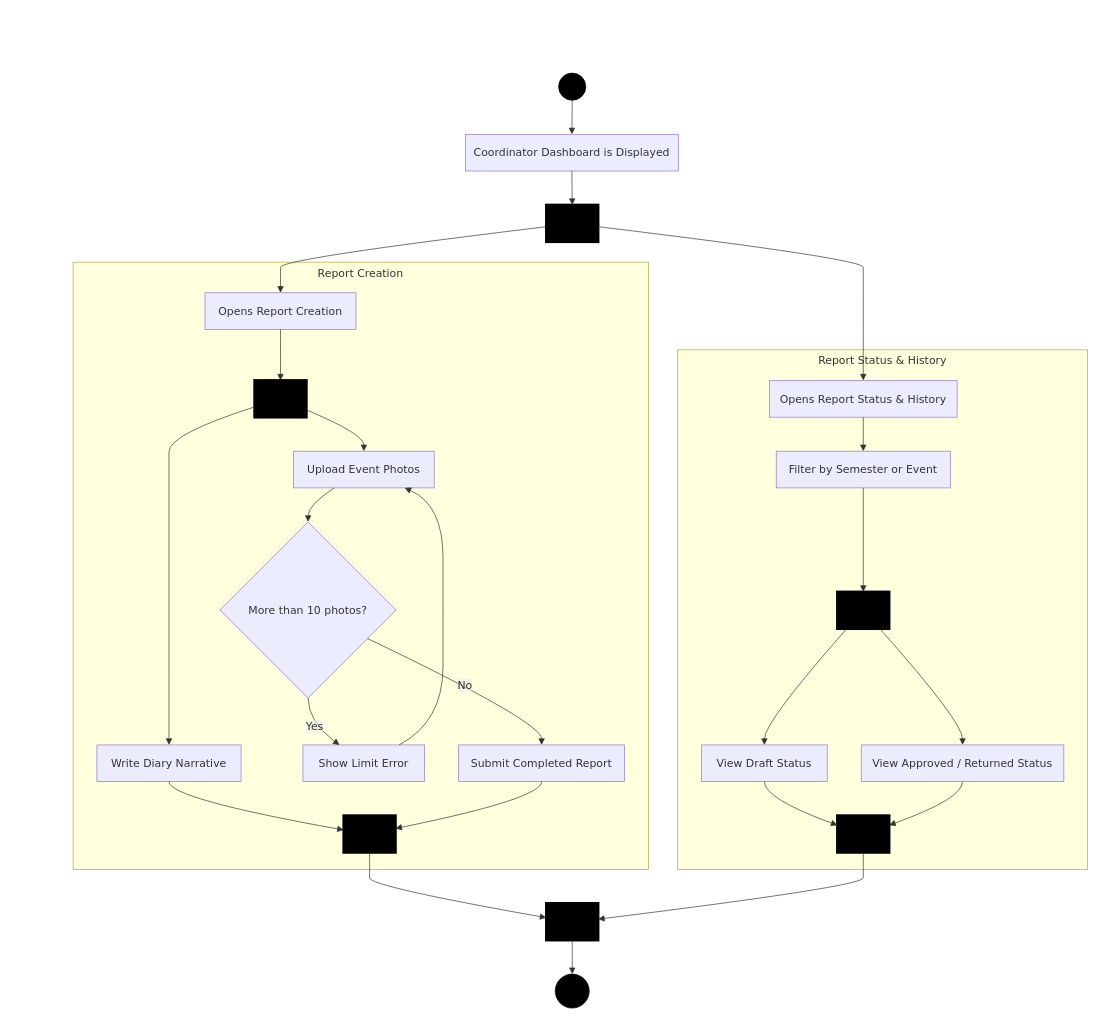
Before: drawio/activity_coordinator_workflows.drawio in BenidictJustin/DESKTOP-APP, a draw.io diagram. Source tidied: cells renumbered, new cells numbered last; positions are measured from the earlier drawing's top-left corner, leaving out a move shared by most shapes. Both pictures are drawn from the tidied source at 68%, with x=0, y=0 at pixel (12, 12).
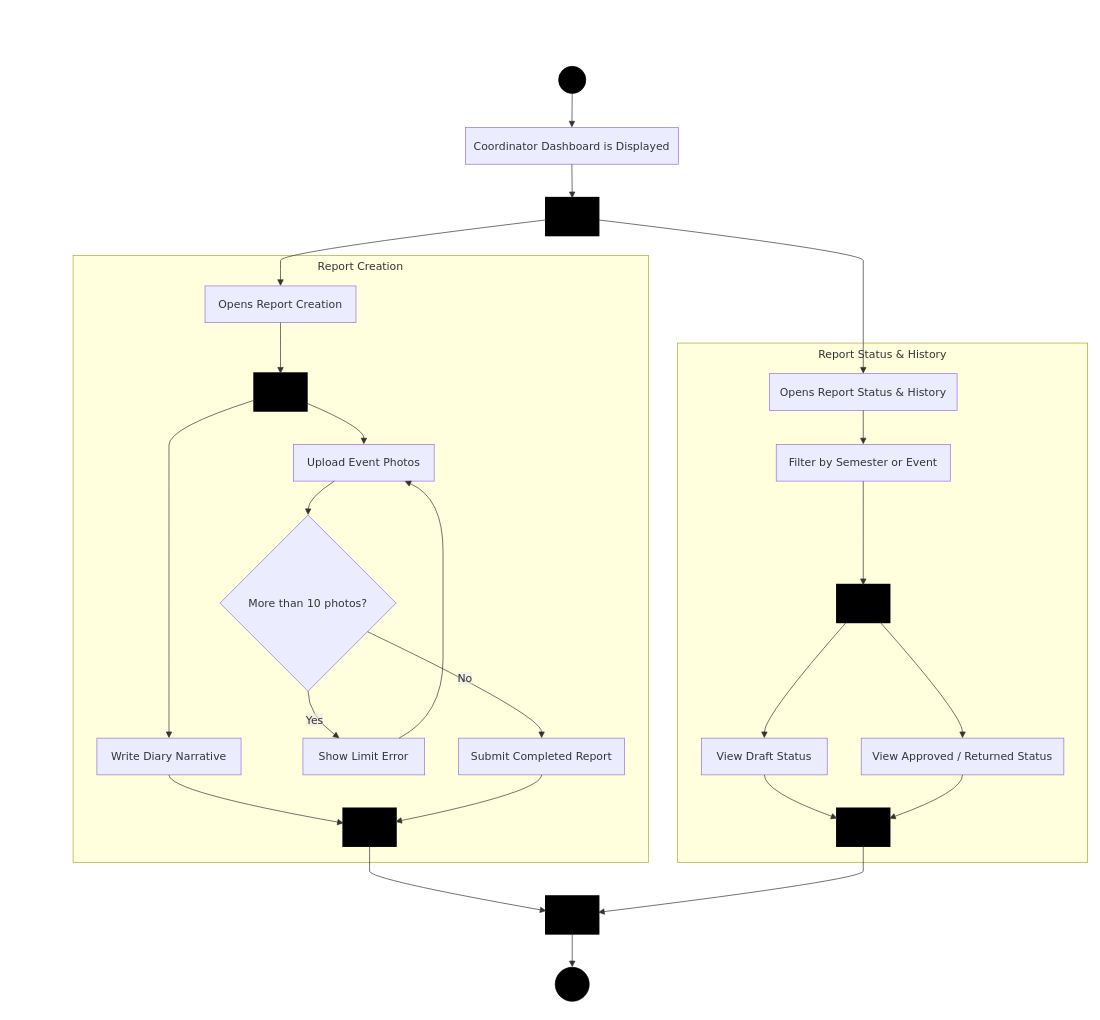
Above is the later version.

The change refers to these unchanged cells:
```xml
<mxCell id="4" value="Opens Report Creation" style="html=1;whiteSpace=wrap;strokeWidth=1;fillColor=light-dark(#ECECFF,#1f2020);strokeColor=light-dark(#9370DB,#cccccc);fontColor=light-dark(#333333,#cccccc);fontFamily=Trebuchet MS,Verdana,Arial,sans-serif;fontSize=16;" parent="3" vertex="1">
  <mxGeometry x="194" y="45" width="222" height="54" as="geometry" />
</mxCell>
<mxCell id="11" style="html=1;whiteSpace=wrap;strokeWidth=4;fillColor=#000;strokeColor=default;fontColor=light-dark(#333333,#cccccc);fontFamily=Trebuchet MS,Verdana,Arial,sans-serif;fontSize=16;" parent="3" vertex="1">
  <mxGeometry x="398" y="814" width="76" height="54" as="geometry" />
</mxCell>
<mxCell id="22" value="Opens Report Status &amp; History" style="html=1;whiteSpace=wrap;strokeWidth=1;fillColor=light-dark(#ECECFF,#1f2020);strokeColor=light-dark(#9370DB,#cccccc);fontColor=light-dark(#333333,#cccccc);fontFamily=Trebuchet MS,Verdana,Arial,sans-serif;fontSize=16;" parent="21" vertex="1">
  <mxGeometry x="135" y="45" width="276" height="54" as="geometry" />
</mxCell>
<mxCell id="27" style="html=1;whiteSpace=wrap;strokeWidth=4;fillColor=#000;strokeColor=default;fontColor=light-dark(#333333,#cccccc);fontFamily=Trebuchet MS,Verdana,Arial,sans-serif;fontSize=16;" parent="21" vertex="1">
  <mxGeometry x="235" y="685" width="76" height="54" as="geometry" />
</mxCell>
```

What changed in the source:
```diff
@@
-    <mxCell id="2" style="group;transparentBounds=1;editIcon=1;lockedGroup=0;groupPadding=20;" parent="1" vertex="1">
-      <mxGeometry as="geometry" />
-    </mxCell>
+    <mxCell id="46" style="group;transparentBounds=1;editIcon=1;lockedGroup=0;groupPadding=10;" parent="1" vertex="1">
+      <mxGeometry as="geometry" />
+    </mxCell>
-    <mxCell id="3" value="Report Creation" style="html=1;whiteSpace=wrap;strokeWidth=1;verticalAlign=top;fillColor=light-dark(#ffffde,#1f2020);strokeColor=light-dark(#aaaa33,#cccccc);fontColor=light-dark(#333333,#cccccc);fontFamily=Trebuchet MS,Verdana,Arial,sans-serif;fontSize=16;" parent="2" vertex="1">
-      <mxGeometry x="90" y="368" width="846" height="893" as="geometry" />
+    <mxCell id="3" value="Report Creation" style="html=1;whiteSpace=wrap;strokeWidth=1;verticalAlign=top;fillColor=light-dark(#ffffde,#1f2020);strokeColor=light-dark(#aaaa33,#cccccc);fontColor=light-dark(#333333,#cccccc);fontFamily=Trebuchet MS,Verdana,Arial,sans-serif;fontSize=16;" parent="46" vertex="1">
+      <mxGeometry x="90" y="358" width="846" height="893" as="geometry" />
     </mxCell>
@@
-    <mxCell id="21" value="Report Status &amp; History" style="html=1;whiteSpace=wrap;strokeWidth=1;verticalAlign=top;fillColor=light-dark(#ffffde,#1f2020);strokeColor=light-dark(#aaaa33,#cccccc);fontColor=light-dark(#333333,#cccccc);fontFamily=Trebuchet MS,Verdana,Arial,sans-serif;fontSize=16;" parent="2" vertex="1">
-      <mxGeometry x="979" y="497" width="603" height="764" as="geometry" />
+    <mxCell id="21" value="Report Status &amp; History" style="html=1;whiteSpace=wrap;strokeWidth=1;verticalAlign=top;fillColor=light-dark(#ffffde,#1f2020);strokeColor=light-dark(#aaaa33,#cccccc);fontColor=light-dark(#333333,#cccccc);fontFamily=Trebuchet MS,Verdana,Arial,sans-serif;fontSize=16;" parent="46" vertex="1">
+      <mxGeometry x="979" y="487" width="603" height="764" as="geometry" />
     </mxCell>
@@
-    <mxCell id="34" style="ellipse;html=1;strokeWidth=1;whiteSpace=wrap;fillColor=#000;strokeColor=default;fontColor=light-dark(#333333,#cccccc);fontFamily=Trebuchet MS,Verdana,Arial,sans-serif;fontSize=16;" parent="2" vertex="1">
-      <mxGeometry x="804" y="90" width="40" height="40" as="geometry" />
-    </mxCell>
+    <mxCell id="47" style="ellipse;html=1;strokeWidth=1;whiteSpace=wrap;fillColor=#000;strokeColor=default;fontColor=light-dark(#333333,#cccccc);fontFamily=Trebuchet MS,Verdana,Arial,sans-serif;fontSize=16;" parent="46" vertex="1">
+      <mxGeometry x="804" y="80" width="40" height="40" as="geometry" />
+    </mxCell>
-    <mxCell id="35" value="Coordinator Dashboard is Displayed" style="html=1;whiteSpace=wrap;strokeWidth=1;fillColor=light-dark(#ECECFF,#1f2020);strokeColor=light-dark(#9370DB,#cccccc);fontColor=light-dark(#333333,#cccccc);fontFamily=Trebuchet MS,Verdana,Arial,sans-serif;fontSize=16;" parent="2" vertex="1">
-      <mxGeometry x="667" y="180" width="313" height="54" as="geometry" />
+    <mxCell id="35" value="Coordinator Dashboard is Displayed" style="html=1;whiteSpace=wrap;strokeWidth=1;fillColor=light-dark(#ECECFF,#1f2020);strokeColor=light-dark(#9370DB,#cccccc);fontColor=light-dark(#333333,#cccccc);fontFamily=Trebuchet MS,Verdana,Arial,sans-serif;fontSize=16;" parent="46" vertex="1">
+      <mxGeometry x="667" y="170" width="313" height="54" as="geometry" />
     </mxCell>
-    <mxCell id="36" style="html=1;whiteSpace=wrap;strokeWidth=4;fillColor=#000;strokeColor=default;fontColor=light-dark(#333333,#cccccc);fontFamily=Trebuchet MS,Verdana,Arial,sans-serif;fontSize=16;" parent="2" vertex="1">
-      <mxGeometry x="786" y="284" width="76" height="54" as="geometry" />
-    </mxCell>
-    <mxCell id="37" style="html=1;whiteSpace=wrap;strokeWidth=4;fillColor=#000;strokeColor=default;fontColor=light-dark(#333333,#cccccc);fontFamily=Trebuchet MS,Verdana,Arial,sans-serif;fontSize=16;" parent="2" vertex="1">
-      <mxGeometry x="786" y="1311" width="76" height="54" as="geometry" />
-    </mxCell>
-    <mxCell id="38" style="ellipse;html=1;shape=doubleEllipse;strokeWidth=1;whiteSpace=wrap;fillColor=#000;strokeColor=default;fontColor=light-dark(#333333,#cccccc);fontFamily=Trebuchet MS,Verdana,Arial,sans-serif;fontSize=16;" parent="2" vertex="1">
-      <mxGeometry x="799" y="1415" width="50" height="50" as="geometry" />
-    </mxCell>
-    <mxCell id="39" style="curved=1;startArrow=none;endArrow=block;endSize=7;strokeColor=light-dark(#333333,#cccccc);exitX=0.5;exitY=1;entryX=0.5;entryY=0;rounded=0;fontSize=12;" parent="2" edge="1" source="34" target="35">
-      <mxGeometry relative="1" as="geometry" />
-    </mxCell>
-    <mxCell id="40" style="curved=1;startArrow=none;endArrow=block;endSize=7;strokeColor=light-dark(#333333,#cccccc);exitX=0.5;exitY=1;entryX=0.5;entryY=0;rounded=0;fontSize=12;" parent="2" edge="1" source="35" target="36">
-      <mxGeometry relative="1" as="geometry" />
-    </mxCell>
-    <mxCell id="41" style="curved=1;startArrow=none;endArrow=block;endSize=7;strokeColor=light-dark(#333333,#cccccc);exitX=0;exitY=0.59;entryX=0.5;entryY=0;rounded=0;fontSize=12;" parent="2" edge="1" source="36" target="4">
-      <mxGeometry relative="1" as="geometry">
-        <Array as="points">
-          <mxPoint x="395" y="363" />
-          <mxPoint x="395" y="388" />
-        </Array>
-      </mxGeometry>
-    </mxCell>
-    <mxCell id="42" style="curved=1;startArrow=none;endArrow=block;endSize=7;strokeColor=light-dark(#333333,#cccccc);exitX=1;exitY=0.59;entryX=0.5;entryY=0;rounded=0;fontSize=12;" parent="2" edge="1" source="36" target="22">
-      <mxGeometry relative="1" as="geometry">
-        <Array as="points">
-          <mxPoint x="1252" y="363" />
-          <mxPoint x="1252" y="388" />
-          <mxPoint x="1252" y="440" />
-          <mxPoint x="1252" y="492" />
-          <mxPoint x="1252" y="517" />
-        </Array>
-      </mxGeometry>
-    </mxCell>
-    <mxCell id="43" style="curved=1;startArrow=none;endArrow=block;endSize=7;strokeColor=light-dark(#333333,#cccccc);exitX=0.5;exitY=1;entryX=0;entryY=0.39;rounded=0;fontSize=12;" parent="2" edge="1" source="11" target="37">
-      <mxGeometry relative="1" as="geometry">
-        <Array as="points">
-          <mxPoint x="526" y="1261" />
-          <mxPoint x="526" y="1286" />
-        </Array>
-      </mxGeometry>
-    </mxCell>
-    <mxCell id="44" style="curved=1;startArrow=none;endArrow=block;endSize=7;strokeColor=light-dark(#333333,#cccccc);exitX=0.5;exitY=1;entryX=1;entryY=0.43;rounded=0;fontSize=12;" parent="2" edge="1" source="27" target="37">
-      <mxGeometry relative="1" as="geometry">
-        <Array as="points">
-          <mxPoint x="1252" y="1261" />
-          <mxPoint x="1252" y="1286" />
-        </Array>
-      </mxGeometry>
-    </mxCell>
-    <mxCell id="45" style="curved=1;startArrow=none;endArrow=block;endSize=7;strokeColor=light-dark(#333333,#cccccc);exitX=0.5;exitY=1;entryX=0.5;entryY=0;rounded=0;fontSize=12;" parent="2" edge="1" source="37" target="38">
-      <mxGeometry relative="1" as="geometry" />
-    </mxCell>
+    <mxCell id="48" style="html=1;whiteSpace=wrap;strokeWidth=4;fillColor=#000;strokeColor=default;fontColor=light-dark(#333333,#cccccc);fontFamily=Trebuchet MS,Verdana,Arial,sans-serif;fontSize=16;" parent="46" vertex="1">
+      <mxGeometry x="786" y="274" width="76" height="54" as="geometry" />
+    </mxCell>
+    <mxCell id="49" style="html=1;whiteSpace=wrap;strokeWidth=4;fillColor=#000;strokeColor=default;fontColor=light-dark(#333333,#cccccc);fontFamily=Trebuchet MS,Verdana,Arial,sans-serif;fontSize=16;" parent="46" vertex="1">
+      <mxGeometry x="786" y="1301" width="76" height="54" as="geometry" />
+    </mxCell>
+    <mxCell id="50" style="ellipse;html=1;shape=doubleEllipse;strokeWidth=1;whiteSpace=wrap;fillColor=#000;strokeColor=default;fontColor=light-dark(#333333,#cccccc);fontFamily=Trebuchet MS,Verdana,Arial,sans-serif;fontSize=16;" parent="46" vertex="1">
+      <mxGeometry x="799" y="1405" width="50" height="50" as="geometry" />
+    </mxCell>
+    <mxCell id="51" style="curved=1;startArrow=none;endArrow=block;endSize=7;strokeColor=light-dark(#333333,#cccccc);exitX=0.5;exitY=1;entryX=0.5;entryY=0;rounded=0;fontSize=12;" parent="46" edge="1" source="47" target="35">
+      <mxGeometry relative="1" as="geometry" />
+    </mxCell>
+    <mxCell id="52" style="curved=1;startArrow=none;endArrow=block;endSize=7;strokeColor=light-dark(#333333,#cccccc);exitX=0.5;exitY=1;entryX=0.5;entryY=0;rounded=0;fontSize=12;" parent="46" edge="1" source="35" target="48">
+      <mxGeometry relative="1" as="geometry" />
+    </mxCell>
+    <mxCell id="53" style="curved=1;startArrow=none;endArrow=block;endSize=7;strokeColor=light-dark(#333333,#cccccc);exitX=0;exitY=0.59;entryX=0.5;entryY=0;rounded=0;fontSize=12;" parent="46" edge="1" source="48" target="4">
+      <mxGeometry relative="1" as="geometry">
+        <Array as="points">
+          <mxPoint x="395" y="353" />
+          <mxPoint x="395" y="378" />
+        </Array>
+      </mxGeometry>
+    </mxCell>
+    <mxCell id="54" style="curved=1;startArrow=none;endArrow=block;endSize=7;strokeColor=light-dark(#333333,#cccccc);exitX=1;exitY=0.59;entryX=0.5;entryY=0;rounded=0;fontSize=12;" parent="46" edge="1" source="48" target="22">
+      <mxGeometry relative="1" as="geometry">
+        <Array as="points">
+          <mxPoint x="1252" y="353" />
+          <mxPoint x="1252" y="378" />
+          <mxPoint x="1252" y="430" />
+          <mxPoint x="1252" y="482" />
+          <mxPoint x="1252" y="507" />
+        </Array>
+      </mxGeometry>
+    </mxCell>
+    <mxCell id="55" style="curved=1;startArrow=none;endArrow=block;endSize=7;strokeColor=light-dark(#333333,#cccccc);exitX=0.5;exitY=1;entryX=0;entryY=0.39;rounded=0;fontSize=12;" parent="46" edge="1" source="11" target="49">
+      <mxGeometry relative="1" as="geometry">
+        <Array as="points">
+          <mxPoint x="526" y="1251" />
+          <mxPoint x="526" y="1276" />
+        </Array>
+      </mxGeometry>
+    </mxCell>
+    <mxCell id="56" style="curved=1;startArrow=none;endArrow=block;endSize=7;strokeColor=light-dark(#333333,#cccccc);exitX=0.5;exitY=1;entryX=1;entryY=0.43;rounded=0;fontSize=12;" parent="46" edge="1" source="27" target="49">
+      <mxGeometry relative="1" as="geometry">
+        <Array as="points">
+          <mxPoint x="1252" y="1251" />
+          <mxPoint x="1252" y="1276" />
+        </Array>
+      </mxGeometry>
+    </mxCell>
+    <mxCell id="57" style="curved=1;startArrow=none;endArrow=block;endSize=7;strokeColor=light-dark(#333333,#cccccc);exitX=0.5;exitY=1;entryX=0.5;entryY=0;rounded=0;fontSize=12;" parent="46" edge="1" source="49" target="50">
+      <mxGeometry relative="1" as="geometry" />
+    </mxCell>
```
